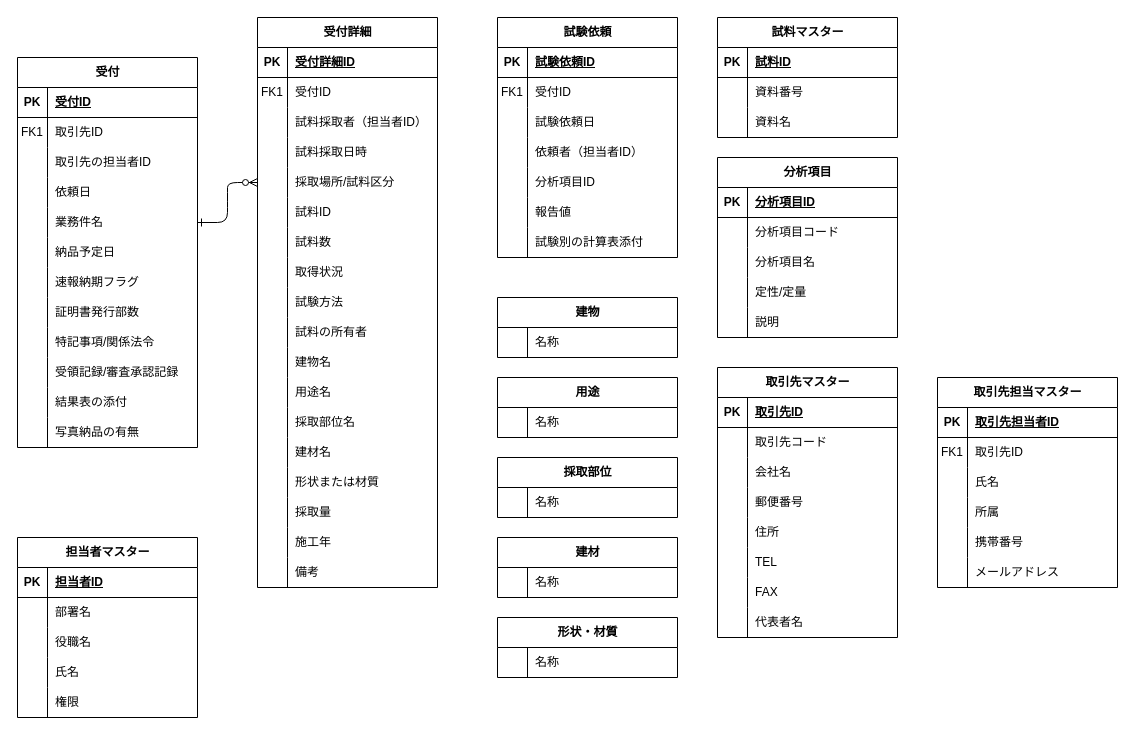
The draw.io diagram page "ER図" (2 of 4) of 試料分析システム.drawio in kaoru387/draw.io, before the edit. Source tidied: cells renumbered, new cells numbered last; positions are measured from the earlier drawing's top-left corner, leaving out a move shared by most shapes. Both pictures are drawn from the tidied source at 100%, with x=0, y=0 at pixel (17, 17).
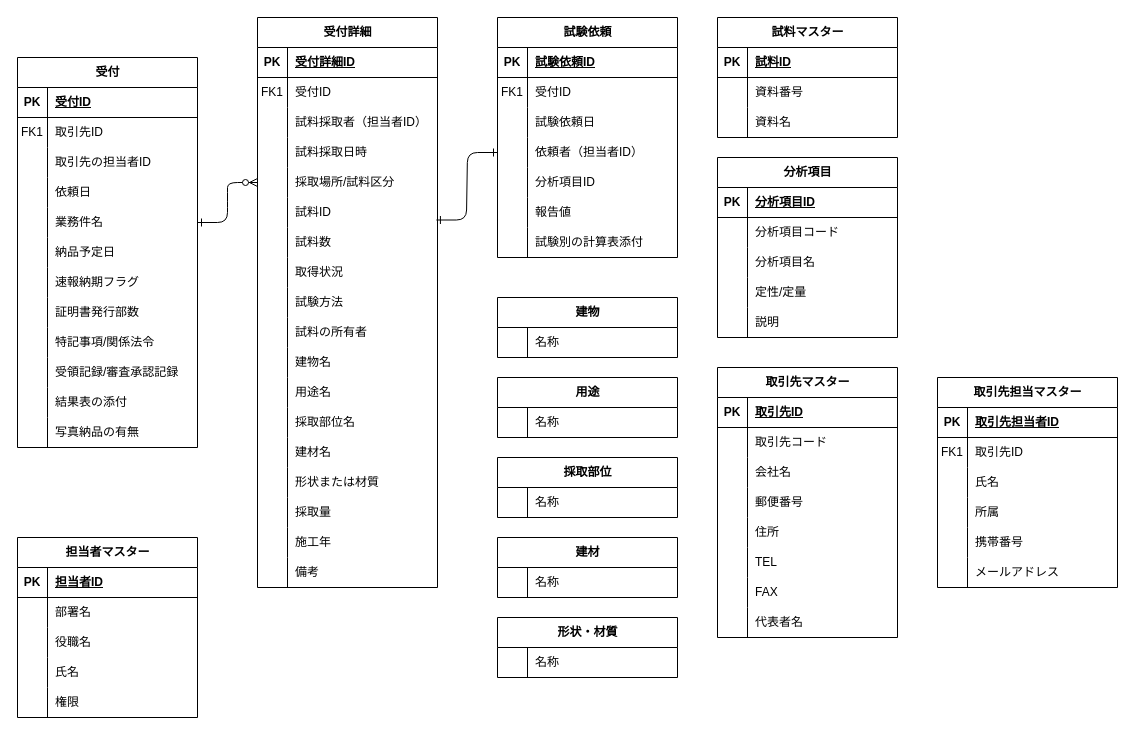
Above is the later version.

Commit message (it also covers changes not shown here):
試料分析システム.drawio を更新します

The change refers to these unchanged cells:
```xml
<mxCell id="111" style="shape=tableRow;horizontal=0;startSize=0;swimlaneHead=0;swimlaneBody=0;fillColor=none;points=[[0,0.5],[1,0.5]];portConstraint=eastwest;top=0;left=0;right=0;bottom=0;" parent="95" vertex="1">
  <mxGeometry y="180" width="180" height="30" as="geometry" />
</mxCell>
```

What changed in the source:
```diff
@@
+    <mxCell id="223" style="edgeStyle=entityRelationEdgeStyle;endArrow=ERone;startArrow=ERone;endFill=1;startFill=0;exitX=0.994;exitY=0.75;exitDx=0;exitDy=0;exitPerimeter=0;" parent="1" edge="1" source="111">
+      <mxGeometry relative="1" as="geometry">
+        <mxPoint x="480" y="135" as="targetPoint" />
+      </mxGeometry>
+    </mxCell>
```
